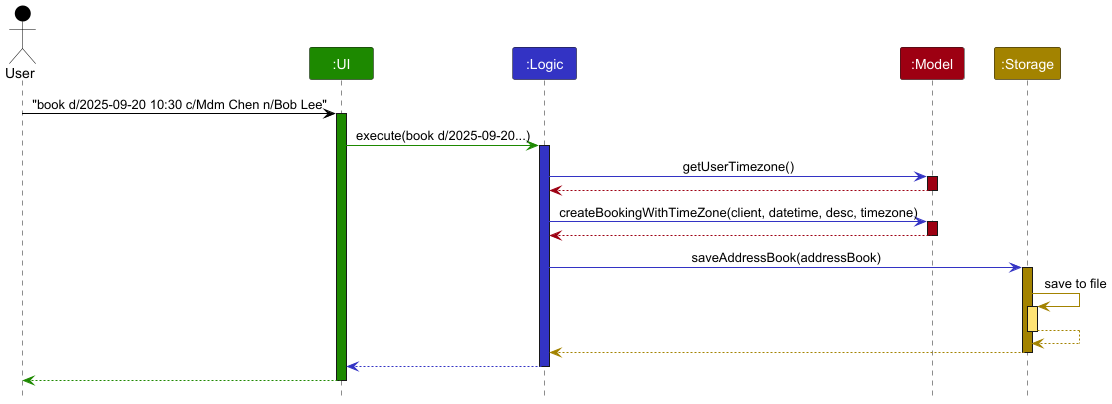
tathan08/tp keeps this PlantUML diagram as docs/images/TimeZoneCreateBookingSequence.png. Above is the earlier version.
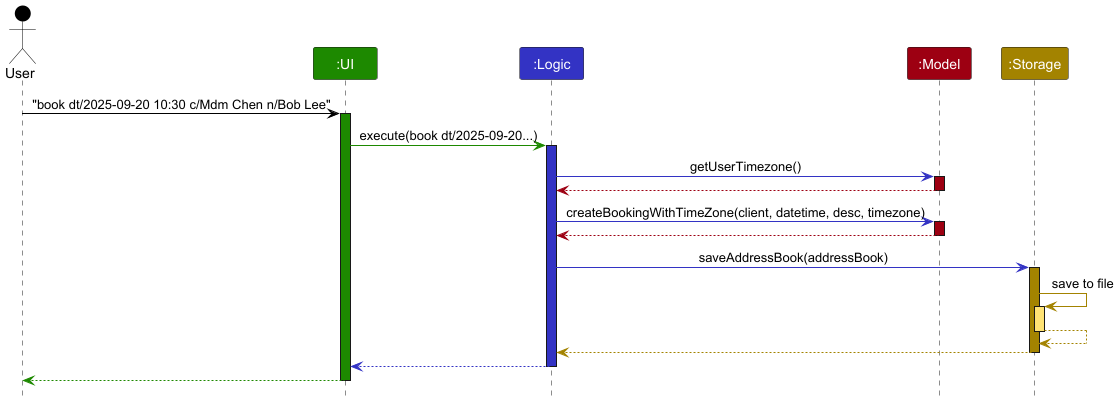
The same file after the commit.

Commit message:
edit booking date delimiter

Change to the diagram source:
```diff
@@ -9,10 +9,10 @@
 Participant ":Storage" as storage STORAGE_COLOR
 
 
-user -[USER_COLOR]> ui : "book d/2025-09-20 10:30 c/Mdm Chen n/Bob Lee"
+user -[USER_COLOR]> ui : "book dt/2025-09-20 10:30 c/Mdm Chen n/Bob Lee"
 activate ui UI_COLOR
 
-ui -[UI_COLOR]> logic : execute(book d/2025-09-20...)
+ui -[UI_COLOR]> logic : execute(book dt/2025-09-20...)
 activate logic LOGIC_COLOR
 
 logic -[LOGIC_COLOR]> model : getUserTimezone()
```
